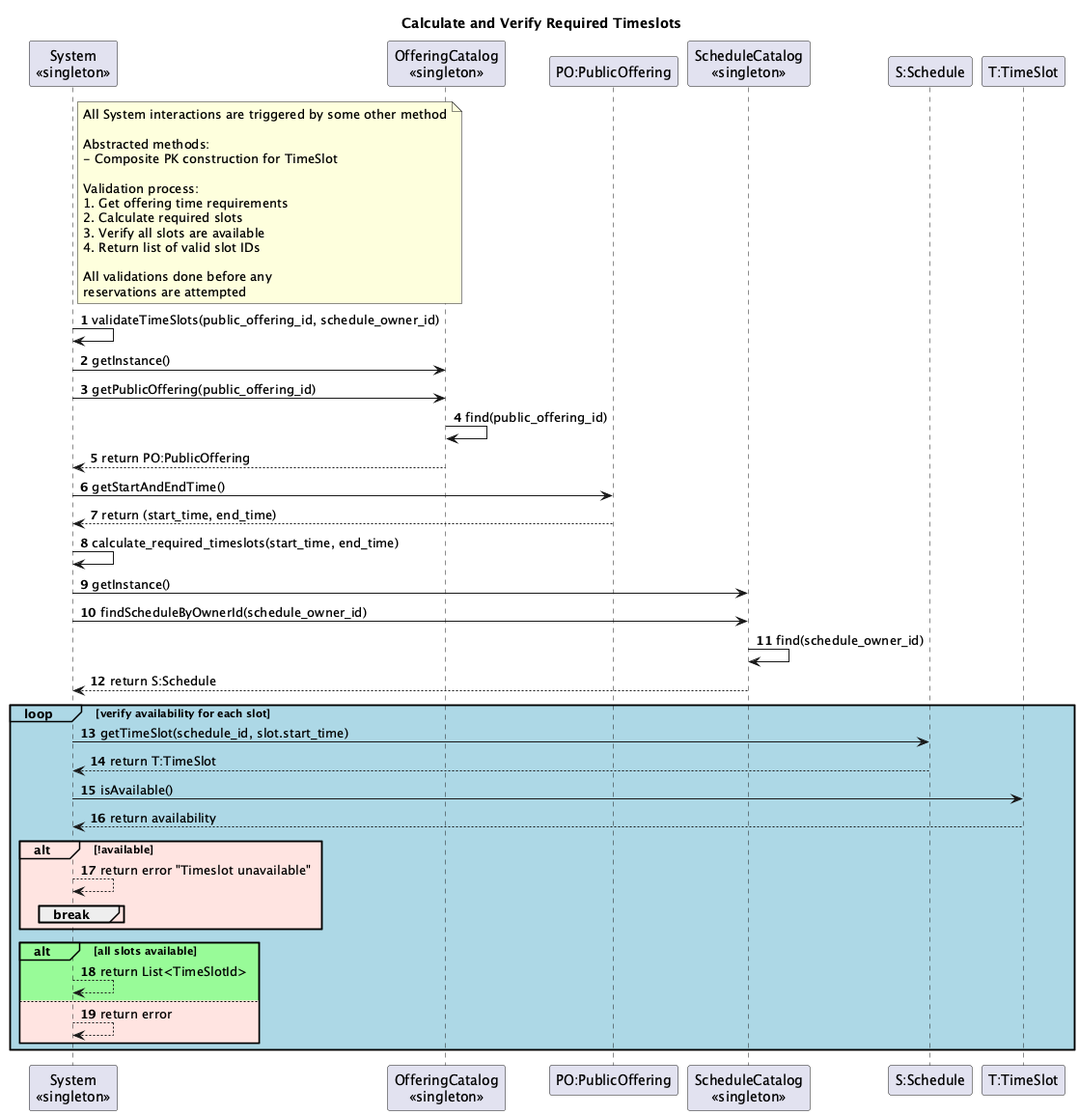
The PlantUML diagram System-Diagrams/UML Interaction/System/System-Interactions_001.png in vibqetowi/soen-342-project, before a commit.
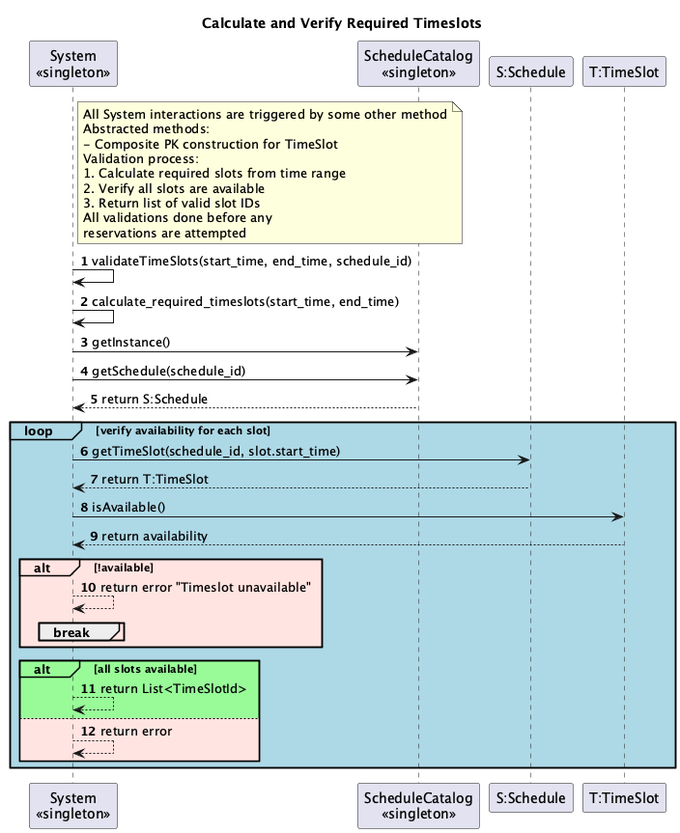
Above is the later version.

Diff of the diagram source:
```diff
@@ -2,45 +2,29 @@
 title Calculate and Verify Required Timeslots
 
 participant "System\n<<singleton>>" as System
-participant "OfferingCatalog\n<<singleton>>" as OfferingCatalog
-participant "PO:PublicOffering" as PublicOffering
 participant "ScheduleCatalog\n<<singleton>>" as ScheduleCatalog
 participant "S:Schedule" as Schedule
 participant "T:TimeSlot" as TimeSlot
 
 note right of System
 All System interactions are triggered by some other method
-
 Abstracted methods:
 - Composite PK construction for TimeSlot
-
 Validation process:
-1. Get offering time requirements
-2. Calculate required slots
-3. Verify all slots are available
-4. Return list of valid slot IDs
-
+1. Calculate required slots from time range
+2. Verify all slots are available
+3. Return list of valid slot IDs
 All validations done before any
 reservations are attempted
 end note
 
 autonumber
 
-System -> System: validateTimeSlots(public_offering_id, schedule_owner_id)
-
-System -> OfferingCatalog: getInstance()
-System -> OfferingCatalog: getPublicOffering(public_offering_id)
-OfferingCatalog -> OfferingCatalog: find(public_offering_id)
-OfferingCatalog --> System: return PO:PublicOffering
-
-System -> PublicOffering: getStartAndEndTime()
-PublicOffering --> System: return (start_time, end_time)
-
+System -> System: validateTimeSlots(start_time, end_time, schedule_id)
 System -> System: calculate_required_timeslots(start_time, end_time)
 
 System -> ScheduleCatalog: getInstance()
-System -> ScheduleCatalog: findScheduleByOwnerId(schedule_owner_id)
-ScheduleCatalog -> ScheduleCatalog: find(schedule_owner_id)
+System -> ScheduleCatalog: getSchedule(schedule_id)
 ScheduleCatalog --> System: return S:Schedule
 
 loop#lightblue #lightblue verify availability for each slot
@@ -61,6 +45,4 @@
     System --> System: return error
 end
 end
-
-
 @enduml
```
